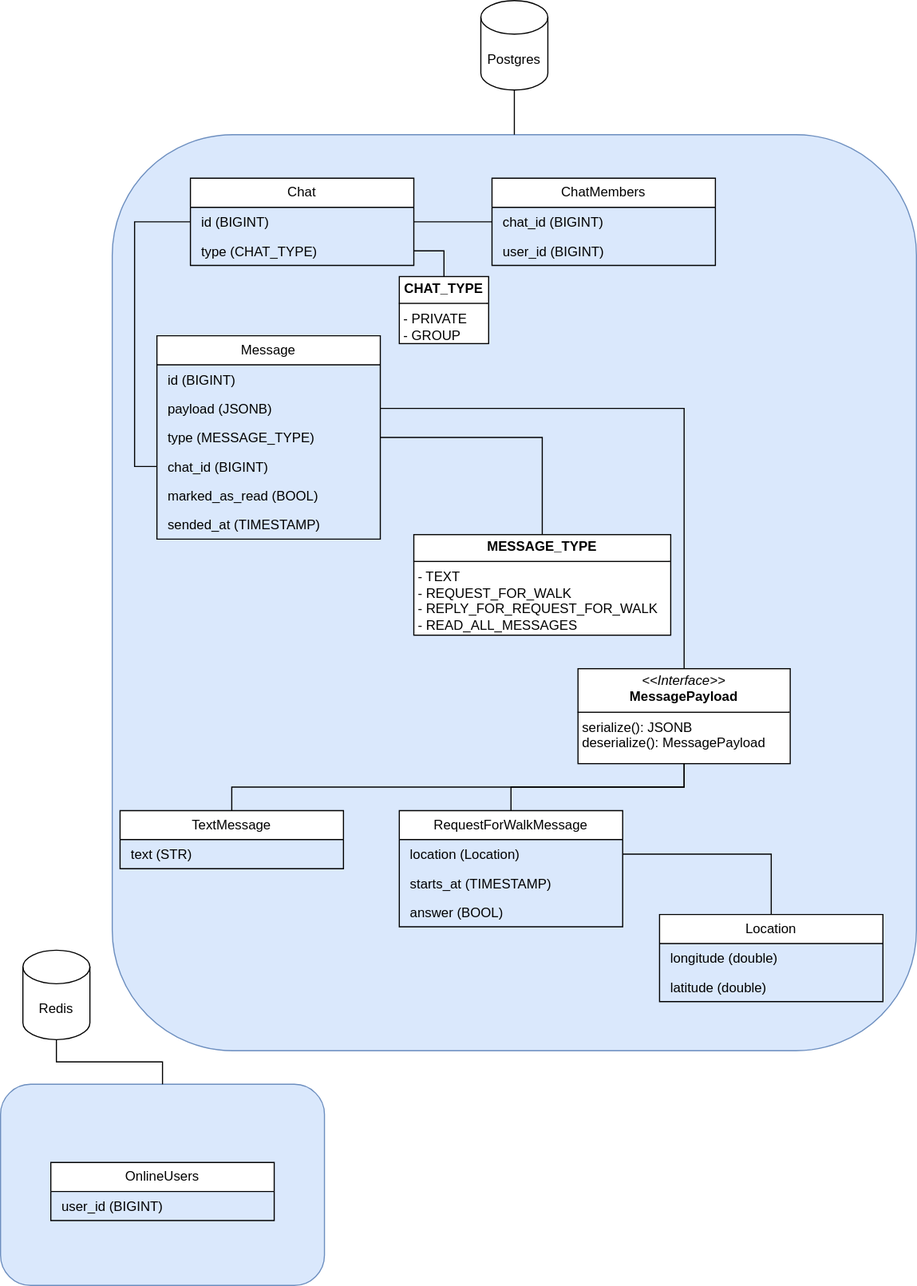
Above: doc/img/domain_model.drawio.svg in ru-random-walk/chat-service (draw.io), before the change. Source tidied: cells renumbered, new cells last; positions are measured from the earlier drawing's top-left corner, leaving out a move shared by most shapes.
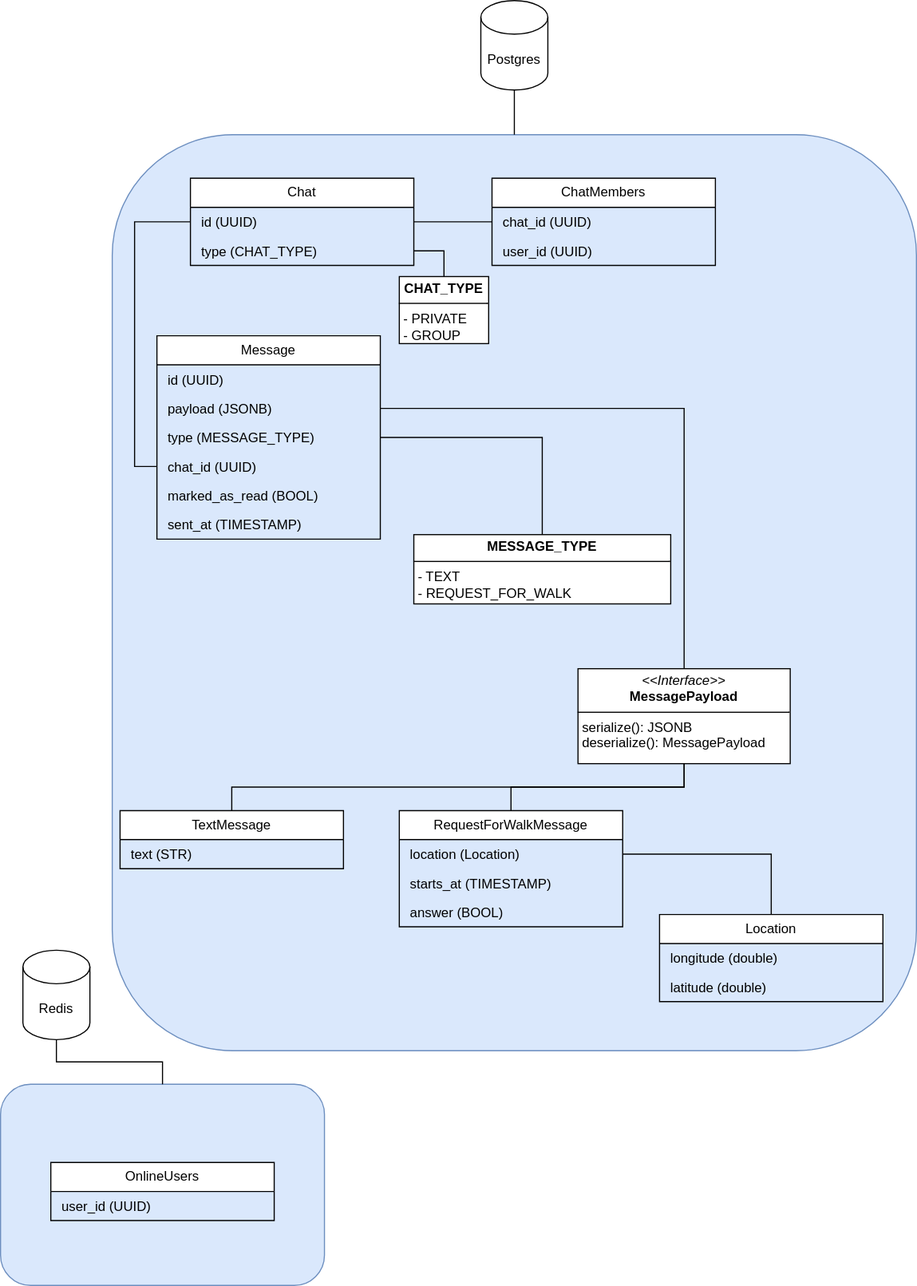
Above is the later version.

What changed in the source:
```diff
@@ -11,7 +11,7 @@
     <mxCell id="4" value="Message" style="swimlane;fontStyle=0;horizontal=1;startSize=26;fillColor=#FFFFFF;whiteSpace=wrap;html=1;" parent="1" vertex="1">
       <mxGeometry x="140" y="300" width="200" height="182" as="geometry" />
     </mxCell>
-    <mxCell id="5" value="&lt;p style=&quot;margin: 0px 0px 0px 4px;&quot;&gt;id (BIGINT)&lt;/p&gt;" style="text;strokeColor=none;fillColor=none;align=left;verticalAlign=top;spacingLeft=4;spacingRight=4;overflow=hidden;whiteSpace=wrap;html=1;" parent="4" vertex="1">
+    <mxCell id="5" value="&lt;p style=&quot;margin: 0px 0px 0px 4px;&quot;&gt;id (UUID)&lt;/p&gt;" style="text;strokeColor=none;fillColor=none;align=left;verticalAlign=top;spacingLeft=4;spacingRight=4;overflow=hidden;whiteSpace=wrap;html=1;" parent="4" vertex="1">
       <mxGeometry y="26" width="200" height="26" as="geometry" />
     </mxCell>
     <mxCell id="6" value="&lt;p style=&quot;margin: 0px 0px 0px 4px;&quot;&gt;payload (JSONB)&lt;/p&gt;" style="text;strokeColor=none;fillColor=none;align=left;verticalAlign=top;spacingLeft=4;spacingRight=4;overflow=hidden;points=[[0,0.5],[1,0.5]];portConstraint=eastwest;whiteSpace=wrap;html=1;" parent="4" vertex="1">
@@ -20,17 +20,17 @@
     <mxCell id="7" value="&lt;div&gt;&lt;p style=&quot;margin: 0px 0px 0px 4px;&quot;&gt;type (MESSAGE_TYPE)&lt;/p&gt;&lt;/div&gt;" style="text;strokeColor=none;fillColor=none;align=left;verticalAlign=top;spacingLeft=4;spacingRight=4;overflow=hidden;points=[[0,0.5],[1,0.5]];portConstraint=eastwest;whiteSpace=wrap;html=1;" parent="4" vertex="1">
       <mxGeometry y="78" width="200" height="26" as="geometry" />
     </mxCell>
-    <mxCell id="8" value="&lt;p style=&quot;margin: 0px 0px 0px 4px;&quot;&gt;chat_id (BIGINT)&lt;br&gt;&lt;/p&gt;" style="text;strokeColor=none;fillColor=none;align=left;verticalAlign=top;spacingLeft=4;spacingRight=4;overflow=hidden;points=[[0,0.5],[1,0.5]];portConstraint=eastwest;whiteSpace=wrap;html=1;" parent="4" vertex="1">
+    <mxCell id="8" value="&lt;p style=&quot;margin: 0px 0px 0px 4px;&quot;&gt;chat_id (UUID)&lt;br&gt;&lt;/p&gt;" style="text;strokeColor=none;fillColor=none;align=left;verticalAlign=top;spacingLeft=4;spacingRight=4;overflow=hidden;points=[[0,0.5],[1,0.5]];portConstraint=eastwest;whiteSpace=wrap;html=1;" parent="4" vertex="1">
       <mxGeometry y="104" width="200" height="26" as="geometry" />
     </mxCell>
     <mxCell id="9" value="&lt;p style=&quot;margin: 0px 0px 0px 4px;&quot;&gt;marked_as_read (BOOL)&lt;/p&gt;" style="text;strokeColor=none;fillColor=none;align=left;verticalAlign=top;spacingLeft=4;spacingRight=4;overflow=hidden;whiteSpace=wrap;html=1;" parent="4" vertex="1">
       <mxGeometry y="130" width="200" height="26" as="geometry" />
     </mxCell>
-    <mxCell id="10" value="&lt;p style=&quot;margin: 0px 0px 0px 4px;&quot;&gt;sended_at (TIMESTAMP)&lt;/p&gt;" style="text;strokeColor=none;fillColor=none;align=left;verticalAlign=top;spacingLeft=4;spacingRight=4;overflow=hidden;whiteSpace=wrap;html=1;" parent="4" vertex="1">
+    <mxCell id="10" value="&lt;p style=&quot;margin: 0px 0px 0px 4px;&quot;&gt;sent_at (TIMESTAMP)&lt;/p&gt;" style="text;strokeColor=none;fillColor=none;align=left;verticalAlign=top;spacingLeft=4;spacingRight=4;overflow=hidden;whiteSpace=wrap;html=1;" parent="4" vertex="1">
       <mxGeometry y="156" width="200" height="26" as="geometry" />
     </mxCell>
-    <mxCell id="11" value="&lt;p style=&quot;margin:0px;margin-top:4px;text-align:center;&quot;&gt;&lt;b style=&quot;text-align: left;&quot;&gt;MESSAGE_TYPE&lt;/b&gt;&lt;br&gt;&lt;/p&gt;&lt;hr size=&quot;1&quot; style=&quot;border-style:solid;&quot;&gt;&lt;p style=&quot;margin:0px;margin-left:4px;&quot;&gt;- TEXT&lt;/p&gt;&lt;p style=&quot;margin:0px;margin-left:4px;&quot;&gt;- REQUEST_FOR_WALK&lt;/p&gt;&lt;p style=&quot;margin:0px;margin-left:4px;&quot;&gt;- REPLY_FOR_&lt;span style=&quot;background-color: initial;&quot;&gt;REQUEST_FOR_WALK&lt;br&gt;- READ_ALL_MESSAGES&lt;/span&gt;&lt;/p&gt;" style="verticalAlign=top;align=left;overflow=fill;html=1;whiteSpace=wrap;" parent="1" vertex="1">
-      <mxGeometry x="370" y="478" width="230" height="90" as="geometry" />
+    <mxCell id="11" value="&lt;p style=&quot;margin:0px;margin-top:4px;text-align:center;&quot;&gt;&lt;b style=&quot;text-align: left;&quot;&gt;MESSAGE_TYPE&lt;/b&gt;&lt;br&gt;&lt;/p&gt;&lt;hr size=&quot;1&quot; style=&quot;border-style:solid;&quot;&gt;&lt;p style=&quot;margin:0px;margin-left:4px;&quot;&gt;- TEXT&lt;/p&gt;&lt;p style=&quot;margin:0px;margin-left:4px;&quot;&gt;- REQUEST_FOR_WALK&lt;/p&gt;" style="verticalAlign=top;align=left;overflow=fill;html=1;whiteSpace=wrap;" parent="1" vertex="1">
+      <mxGeometry x="370" y="478" width="230" height="62" as="geometry" />
     </mxCell>
     <mxCell id="12" style="edgeStyle=orthogonalEdgeStyle;rounded=0;jettySize=auto;html=1;exitX=1;exitY=0.5;exitDx=0;exitDy=0;endArrow=none;endFill=0;" parent="1" edge="1" source="7" target="11">
       <mxGeometry relative="1" as="geometry" />
@@ -80,7 +80,7 @@
     <mxCell id="27" value="OnlineUsers" style="swimlane;fontStyle=0;horizontal=1;startSize=26;fillColor=#FFFFFF;whiteSpace=wrap;html=1;" parent="1" vertex="1">
       <mxGeometry x="45" y="1040" width="200" height="52" as="geometry" />
     </mxCell>
-    <mxCell id="28" value="&lt;p style=&quot;margin: 0px 0px 0px 4px;&quot;&gt;&lt;span style=&quot;background-color: initial;&quot;&gt;user_id (BIGINT)&lt;/span&gt;&lt;br&gt;&lt;/p&gt;" style="text;strokeColor=none;fillColor=none;align=left;verticalAlign=top;spacingLeft=4;spacingRight=4;overflow=hidden;whiteSpace=wrap;html=1;" parent="27" vertex="1">
+    <mxCell id="28" value="&lt;p style=&quot;margin: 0px 0px 0px 4px;&quot;&gt;&lt;span style=&quot;background-color: initial;&quot;&gt;user_id (UUID)&lt;/span&gt;&lt;br&gt;&lt;/p&gt;" style="text;strokeColor=none;fillColor=none;align=left;verticalAlign=top;spacingLeft=4;spacingRight=4;overflow=hidden;whiteSpace=wrap;html=1;" parent="27" vertex="1">
       <mxGeometry y="26" width="200" height="26" as="geometry" />
     </mxCell>
     <mxCell id="29" style="edgeStyle=orthogonalEdgeStyle;shape=connector;rounded=0;jettySize=auto;html=1;exitX=0.5;exitY=1;exitDx=0;exitDy=0;exitPerimeter=0;strokeColor=default;align=center;verticalAlign=middle;fontFamily=Helvetica;fontSize=11;fontColor=default;labelBackgroundColor=default;endArrow=none;endFill=0;" parent="1" edge="1" source="30" target="2">
@@ -98,7 +98,7 @@
     <mxCell id="33" value="Chat" style="swimlane;fontStyle=0;horizontal=1;startSize=26;fillColor=#FFFFFF;whiteSpace=wrap;html=1;" parent="1" vertex="1">
       <mxGeometry x="170" y="159" width="200" height="78" as="geometry" />
     </mxCell>
-    <mxCell id="34" value="&lt;p style=&quot;margin: 0px 0px 0px 4px;&quot;&gt;id (BIGINT)&lt;/p&gt;" style="text;strokeColor=none;fillColor=none;align=left;verticalAlign=top;spacingLeft=4;spacingRight=4;overflow=hidden;points=[[0,0.5],[1,0.5]];portConstraint=eastwest;whiteSpace=wrap;html=1;" parent="33" vertex="1">
+    <mxCell id="34" value="&lt;p style=&quot;margin: 0px 0px 0px 4px;&quot;&gt;id (UUID)&lt;/p&gt;" style="text;strokeColor=none;fillColor=none;align=left;verticalAlign=top;spacingLeft=4;spacingRight=4;overflow=hidden;points=[[0,0.5],[1,0.5]];portConstraint=eastwest;whiteSpace=wrap;html=1;" parent="33" vertex="1">
       <mxGeometry y="26" width="200" height="26" as="geometry" />
     </mxCell>
     <mxCell id="35" value="&lt;div&gt;&lt;p style=&quot;margin: 0px 0px 0px 4px;&quot;&gt;type (CHAT_TYPE)&lt;/p&gt;&lt;/div&gt;" style="text;strokeColor=none;fillColor=none;align=left;verticalAlign=top;spacingLeft=4;spacingRight=4;overflow=hidden;points=[[0,0.5],[1,0.5]];portConstraint=eastwest;whiteSpace=wrap;html=1;" parent="33" vertex="1">
@@ -113,10 +113,10 @@
     <mxCell id="38" value="ChatMembers" style="swimlane;fontStyle=0;horizontal=1;startSize=26;fillColor=#FFFFFF;whiteSpace=wrap;html=1;" parent="1" vertex="1">
       <mxGeometry x="440" y="159" width="200" height="78" as="geometry" />
     </mxCell>
-    <mxCell id="39" value="&lt;p style=&quot;margin: 0px 0px 0px 4px;&quot;&gt;chat_id (BIGINT)&lt;/p&gt;" style="text;strokeColor=none;fillColor=none;align=left;verticalAlign=top;spacingLeft=4;spacingRight=4;overflow=hidden;points=[[0,0.5],[1,0.5]];portConstraint=eastwest;whiteSpace=wrap;html=1;" parent="38" vertex="1">
+    <mxCell id="39" value="&lt;p style=&quot;margin: 0px 0px 0px 4px;&quot;&gt;chat_id (UUID)&lt;/p&gt;" style="text;strokeColor=none;fillColor=none;align=left;verticalAlign=top;spacingLeft=4;spacingRight=4;overflow=hidden;points=[[0,0.5],[1,0.5]];portConstraint=eastwest;whiteSpace=wrap;html=1;" parent="38" vertex="1">
       <mxGeometry y="26" width="200" height="26" as="geometry" />
     </mxCell>
-    <mxCell id="40" value="&lt;p style=&quot;margin: 0px 0px 0px 4px;&quot;&gt;user_id (BIGINT)&lt;br&gt;&lt;/p&gt;" style="text;strokeColor=none;fillColor=none;align=left;verticalAlign=top;spacingLeft=4;spacingRight=4;overflow=hidden;whiteSpace=wrap;html=1;" parent="38" vertex="1">
+    <mxCell id="40" value="&lt;p style=&quot;margin: 0px 0px 0px 4px;&quot;&gt;user_id (UUID)&lt;br&gt;&lt;/p&gt;" style="text;strokeColor=none;fillColor=none;align=left;verticalAlign=top;spacingLeft=4;spacingRight=4;overflow=hidden;whiteSpace=wrap;html=1;" parent="38" vertex="1">
       <mxGeometry y="52" width="200" height="26" as="geometry" />
     </mxCell>
     <mxCell id="41" style="edgeStyle=orthogonalEdgeStyle;shape=connector;rounded=0;jettySize=auto;html=1;exitX=1;exitY=0.5;exitDx=0;exitDy=0;entryX=0;entryY=0.5;entryDx=0;entryDy=0;strokeColor=default;align=center;verticalAlign=middle;fontFamily=Helvetica;fontSize=11;fontColor=default;labelBackgroundColor=default;endArrow=none;endFill=0;" parent="1" edge="1" source="34" target="39">
```
